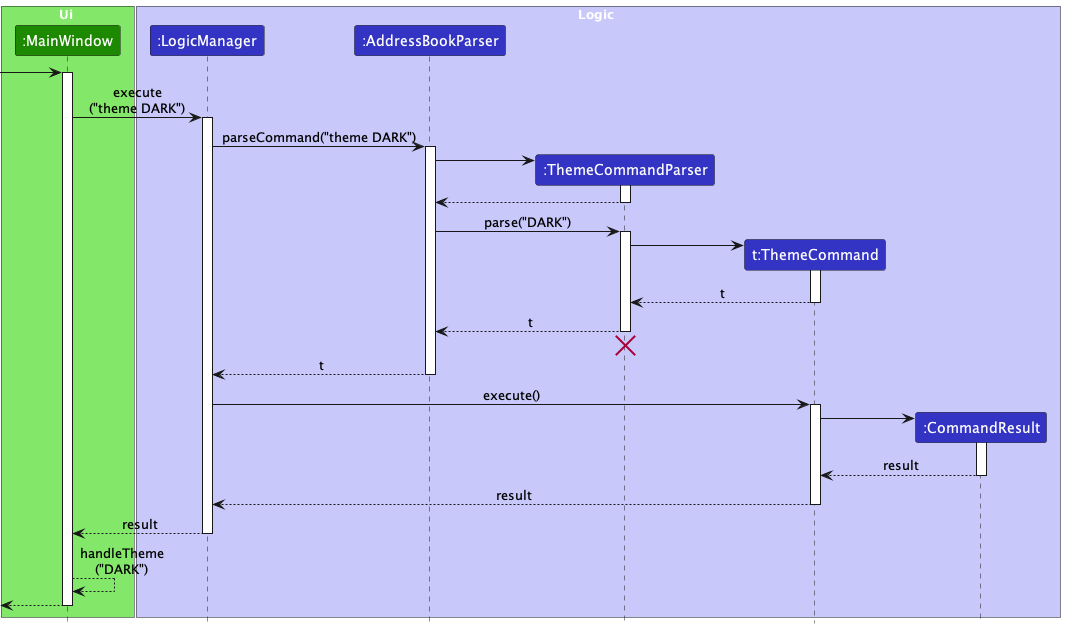
Earlier version of the PlantUML export docs/images/ThemeSequenceDiagram.png (tanteckfang/tp). The source it was exported from:
```plantuml
@startuml
!include style.puml
skinparam ArrowFontStyle plain

box Ui UI_COLOR_T1
participant ":MainWindow" as MainWindow UI_COLOR
end box

box Logic LOGIC_COLOR_T1
participant ":LogicManager" as LogicManager LOGIC_COLOR
participant ":AddressBookParser" as AddressBookParser LOGIC_COLOR
participant ":ThemeCommandParser" as ThemeCommandParser LOGIC_COLOR
participant "t:ThemeCommand" as ThemeCommand LOGIC_COLOR
participant ":CommandResult" as CommandResult LOGIC_COLOR
end box

[-> MainWindow :
activate MainWindow

MainWindow -> LogicManager : execute\n("theme DARK")
activate LogicManager

LogicManager -> AddressBookParser : parseCommand("theme DARK")
activate AddressBookParser

create ThemeCommandParser
AddressBookParser -> ThemeCommandParser
activate ThemeCommandParser

ThemeCommandParser --> AddressBookParser
deactivate ThemeCommandParser

AddressBookParser -> ThemeCommandParser : parse("DARK")
activate ThemeCommandParser

create ThemeCommand
ThemeCommandParser -> ThemeCommand
activate ThemeCommand

ThemeCommand --> ThemeCommandParser : t
deactivate ThemeCommand

ThemeCommandParser --> AddressBookParser : t
deactivate ThemeCommandParser
ThemeCommandParser -[hidden]-> AddressBookParser
destroy ThemeCommandParser

AddressBookParser --> LogicManager : t
deactivate AddressBookParser

LogicManager -> ThemeCommand : execute()
activate ThemeCommand

create CommandResult
ThemeCommand -> CommandResult
activate CommandResult

CommandResult --> ThemeCommand : result
deactivate CommandResult

ThemeCommand --> LogicManager : result
deactivate ThemeCommand

LogicManager --> MainWindow : result
deactivate LogicManager

MainWindow --> MainWindow : handleTheme\n("DARK")

[<--MainWindow
deactivate MainWindow
@enduml
```
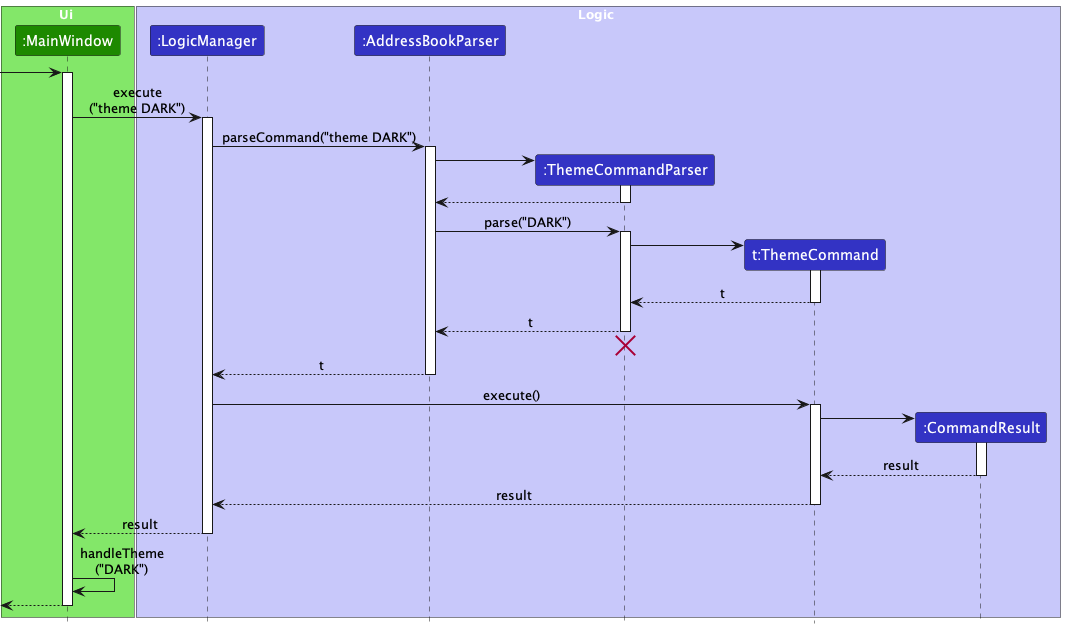
The same diagram one commit later.

Commit message:
Modify Theme Sequence Diagram

Update PPP

What changed in the source:
```diff
@@ -64,7 +64,7 @@
 LogicManager --> MainWindow : result
 deactivate LogicManager
 
-MainWindow --> MainWindow : handleTheme\n("DARK")
+MainWindow -> MainWindow : handleTheme\n("DARK")
 
 [<--MainWindow
 deactivate MainWindow
```
